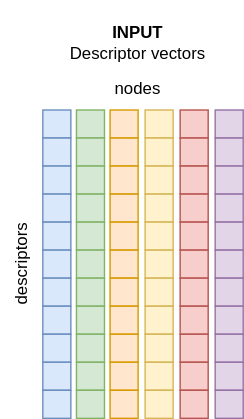
Earlier version of the draw.io export figures/learning_model_fw_Hoffmann.svg (jajupmochi/RedoxPrediction). Source tidied: cells renumbered, new cells last; positions are measured from the earlier drawing's top-left corner, leaving out a move shared by most shapes.
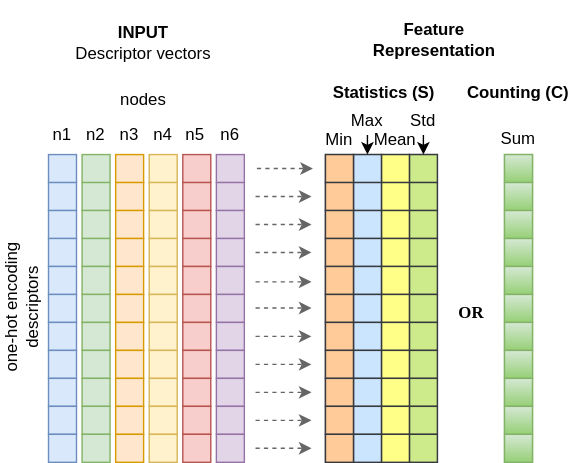
The same diagram one commit later.

Diff of the diagram source:
```diff
@@ -5,11 +5,11 @@
     <mxCell id="2" value="&lt;div&gt;&lt;b&gt;INPUT&lt;/b&gt;&lt;/div&gt;&lt;div&gt;Descriptor vectors&lt;/div&gt;" style="text;html=1;strokeColor=none;fillColor=none;align=center;verticalAlign=middle;whiteSpace=wrap;rounded=0;" parent="1" vertex="1">
       <mxGeometry x="43" width="140" height="60" as="geometry" />
     </mxCell>
-    <mxCell id="3" value="descriptors" style="text;html=1;strokeColor=none;fillColor=none;align=center;verticalAlign=middle;whiteSpace=wrap;rounded=0;rotation=-90;" parent="1" vertex="1">
-      <mxGeometry y="173" width="60" height="30" as="geometry" />
+    <mxCell id="3" value="one-hot encoding descriptors" style="text;html=1;strokeColor=none;fillColor=none;align=center;verticalAlign=middle;whiteSpace=wrap;rounded=0;rotation=-90;" parent="1" vertex="1">
+      <mxGeometry x="-41.5" y="205" width="134.5" height="30" as="geometry" />
     </mxCell>
     <mxCell id="4" style="group;" parent="1" vertex="1">
-      <mxGeometry x="168" y="78" width="20" height="220" as="geometry" />
+      <mxGeometry x="165" y="110" width="20" height="220" as="geometry" />
     </mxCell>
     <mxCell id="5" style="whiteSpace=wrap;html=1;fillColor=#e1d5e7;strokeColor=#9673a6;" parent="4" vertex="1">
       <mxGeometry width="20" height="20" as="geometry" />
@@ -45,7 +45,7 @@
       <mxGeometry y="200" width="20" height="20" as="geometry" />
     </mxCell>
     <mxCell id="16" style="group;" parent="1" vertex="1">
-      <mxGeometry x="143" y="78" width="20" height="220" as="geometry" />
+      <mxGeometry x="141" y="110" width="20" height="220" as="geometry" />
     </mxCell>
     <mxCell id="17" style="whiteSpace=wrap;html=1;fillColor=#f8cecc;strokeColor=#b85450;" parent="16" vertex="1">
       <mxGeometry width="20" height="20" as="geometry" />
@@ -81,7 +81,7 @@
       <mxGeometry y="200" width="20" height="20" as="geometry" />
     </mxCell>
     <mxCell id="28" style="group;" parent="1" vertex="1">
-      <mxGeometry x="118" y="78" width="20" height="220" as="geometry" />
+      <mxGeometry x="117" y="110" width="20" height="220" as="geometry" />
     </mxCell>
     <mxCell id="29" style="whiteSpace=wrap;html=1;fillColor=#fff2cc;strokeColor=#d6b656;" parent="28" vertex="1">
       <mxGeometry width="20" height="20" as="geometry" />
@@ -117,7 +117,7 @@
       <mxGeometry y="200" width="20" height="20" as="geometry" />
     </mxCell>
     <mxCell id="40" style="group;" parent="1" vertex="1">
-      <mxGeometry x="93" y="78" width="20" height="220" as="geometry" />
+      <mxGeometry x="93" y="110" width="20" height="220" as="geometry" />
     </mxCell>
     <mxCell id="41" style="whiteSpace=wrap;html=1;fillColor=#ffe6cc;strokeColor=#d79b00;" parent="40" vertex="1">
       <mxGeometry width="20" height="20" as="geometry" />
@@ -153,7 +153,7 @@
       <mxGeometry y="200" width="20" height="20" as="geometry" />
     </mxCell>
     <mxCell id="52" style="group;" parent="1" vertex="1">
-      <mxGeometry x="69" y="78" width="20" height="220" as="geometry" />
+      <mxGeometry x="69" y="110" width="20" height="220" as="geometry" />
     </mxCell>
     <mxCell id="53" style="whiteSpace=wrap;html=1;fillColor=#d5e8d4;strokeColor=#82b366;" parent="52" vertex="1">
       <mxGeometry width="20" height="20" as="geometry" />
@@ -189,7 +189,7 @@
       <mxGeometry y="200" width="20" height="20" as="geometry" />
     </mxCell>
     <mxCell id="64" style="group;" parent="1" vertex="1">
-      <mxGeometry x="45" y="78" width="20" height="220" as="geometry" />
+      <mxGeometry x="45" y="110" width="20" height="220" as="geometry" />
     </mxCell>
     <mxCell id="65" style="whiteSpace=wrap;html=1;fillColor=#dae8fc;strokeColor=#6c8ebf;" parent="64" vertex="1">
       <mxGeometry width="20" height="20" as="geometry" />
@@ -225,7 +225,304 @@
       <mxGeometry y="200" width="20" height="20" as="geometry" />
     </mxCell>
     <mxCell id="76" value="nodes" style="text;html=1;strokeColor=none;fillColor=none;align=center;verticalAlign=middle;whiteSpace=wrap;rounded=0;" parent="1" vertex="1">
-      <mxGeometry x="83" y="48" width="60" height="30" as="geometry" />
+      <mxGeometry x="83" y="56" width="60" height="30" as="geometry" />
     </mxCell>
+    <mxCell id="77" value="&lt;div&gt;&lt;b&gt;Feature&lt;/b&gt;&lt;/div&gt;&lt;div&gt;&lt;b&gt;Representation&lt;/b&gt;&lt;/div&gt;" style="text;html=1;strokeColor=none;fillColor=none;align=center;verticalAlign=middle;whiteSpace=wrap;rounded=0;" parent="1" vertex="1">
+      <mxGeometry x="271" y="8" width="100" height="40" as="geometry" />
+    </mxCell>
+    <mxCell id="78" value="&lt;b&gt;Statistics (S)&lt;br&gt;&lt;/b&gt;" style="text;html=1;strokeColor=none;fillColor=none;align=center;verticalAlign=middle;whiteSpace=wrap;rounded=0;" parent="1" vertex="1">
+      <mxGeometry x="233" y="48" width="104" height="36" as="geometry" />
+    </mxCell>
+    <mxCell id="79" style="group;fillColor=#cdeb8b;strokeColor=#36393d;" parent="1" vertex="1">
+      <mxGeometry x="303" y="110" width="20" height="220" as="geometry" />
+    </mxCell>
+    <mxCell id="80" style="whiteSpace=wrap;html=1;fillColor=#cdeb8b;strokeColor=#36393d;" parent="79" vertex="1">
+      <mxGeometry width="20" height="20" as="geometry" />
+    </mxCell>
+    <mxCell id="81" style="whiteSpace=wrap;html=1;fillColor=#cdeb8b;strokeColor=#36393d;" parent="79" vertex="1">
+      <mxGeometry y="20" width="20" height="20" as="geometry" />
+    </mxCell>
+    <mxCell id="82" style="whiteSpace=wrap;html=1;fillColor=#cdeb8b;strokeColor=#36393d;" parent="79" vertex="1">
+      <mxGeometry y="40" width="20" height="20" as="geometry" />
+    </mxCell>
+    <mxCell id="83" style="whiteSpace=wrap;html=1;fillColor=#cdeb8b;strokeColor=#36393d;" parent="79" vertex="1">
+      <mxGeometry y="60" width="20" height="20" as="geometry" />
+    </mxCell>
+    <mxCell id="84" style="whiteSpace=wrap;html=1;fillColor=#cdeb8b;strokeColor=#36393d;" parent="79" vertex="1">
+      <mxGeometry y="80" width="20" height="20" as="geometry" />
+    </mxCell>
+    <mxCell id="85" style="whiteSpace=wrap;html=1;fillColor=#cdeb8b;strokeColor=#36393d;" parent="79" vertex="1">
+      <mxGeometry y="100" width="20" height="20" as="geometry" />
+    </mxCell>
+    <mxCell id="86" style="whiteSpace=wrap;html=1;fillColor=#cdeb8b;strokeColor=#36393d;" parent="79" vertex="1">
+      <mxGeometry y="120" width="20" height="20" as="geometry" />
+    </mxCell>
+    <mxCell id="87" style="whiteSpace=wrap;html=1;fillColor=#cdeb8b;strokeColor=#36393d;" parent="79" vertex="1">
+      <mxGeometry y="140" width="20" height="20" as="geometry" />
+    </mxCell>
+    <mxCell id="88" style="whiteSpace=wrap;html=1;fillColor=#cdeb8b;strokeColor=#36393d;" parent="79" vertex="1">
+      <mxGeometry y="160" width="20" height="20" as="geometry" />
+    </mxCell>
+    <mxCell id="89" style="whiteSpace=wrap;html=1;fillColor=#cdeb8b;strokeColor=#36393d;" parent="79" vertex="1">
+      <mxGeometry y="180" width="20" height="20" as="geometry" />
+    </mxCell>
+    <mxCell id="90" style="whiteSpace=wrap;html=1;fillColor=#cdeb8b;strokeColor=#36393d;" parent="79" vertex="1">
+      <mxGeometry y="200" width="20" height="20" as="geometry" />
+    </mxCell>
+    <mxCell id="91" style="group;fillColor=#ffff88;strokeColor=#36393d;" parent="1" vertex="1">
+      <mxGeometry x="283" y="110" width="20" height="220" as="geometry" />
+    </mxCell>
+    <mxCell id="92" style="whiteSpace=wrap;html=1;fillColor=#ffff88;strokeColor=#36393d;" parent="91" vertex="1">
+      <mxGeometry width="20" height="20" as="geometry" />
+    </mxCell>
+    <mxCell id="93" style="whiteSpace=wrap;html=1;fillColor=#ffff88;strokeColor=#36393d;" parent="91" vertex="1">
+      <mxGeometry y="20" width="20" height="20" as="geometry" />
+    </mxCell>
+    <mxCell id="94" style="whiteSpace=wrap;html=1;fillColor=#ffff88;strokeColor=#36393d;" parent="91" vertex="1">
+      <mxGeometry y="40" width="20" height="20" as="geometry" />
+    </mxCell>
+    <mxCell id="95" style="whiteSpace=wrap;html=1;fillColor=#ffff88;strokeColor=#36393d;" parent="91" vertex="1">
+      <mxGeometry y="60" width="20" height="20" as="geometry" />
+    </mxCell>
+    <mxCell id="96" style="whiteSpace=wrap;html=1;fillColor=#ffff88;strokeColor=#36393d;" parent="91" vertex="1">
+      <mxGeometry y="80" width="20" height="20" as="geometry" />
+    </mxCell>
+    <mxCell id="97" style="whiteSpace=wrap;html=1;fillColor=#ffff88;strokeColor=#36393d;" parent="91" vertex="1">
+      <mxGeometry y="100" width="20" height="20" as="geometry" />
+    </mxCell>
+    <mxCell id="98" style="whiteSpace=wrap;html=1;fillColor=#ffff88;strokeColor=#36393d;" parent="91" vertex="1">
+      <mxGeometry y="120" width="20" height="20" as="geometry" />
+    </mxCell>
+    <mxCell id="99" style="whiteSpace=wrap;html=1;fillColor=#ffff88;strokeColor=#36393d;" parent="91" vertex="1">
+      <mxGeometry y="140" width="20" height="20" as="geometry" />
+    </mxCell>
+    <mxCell id="100" style="whiteSpace=wrap;html=1;fillColor=#ffff88;strokeColor=#36393d;" parent="91" vertex="1">
+      <mxGeometry y="160" width="20" height="20" as="geometry" />
+    </mxCell>
+    <mxCell id="101" style="whiteSpace=wrap;html=1;fillColor=#ffff88;strokeColor=#36393d;" parent="91" vertex="1">
+      <mxGeometry y="180" width="20" height="20" as="geometry" />
+    </mxCell>
+    <mxCell id="102" style="whiteSpace=wrap;html=1;fillColor=#ffff88;strokeColor=#36393d;" parent="91" vertex="1">
+      <mxGeometry y="200" width="20" height="20" as="geometry" />
+    </mxCell>
+    <mxCell id="103" style="group;fillColor=#cce5ff;strokeColor=#36393d;" parent="1" vertex="1">
+      <mxGeometry x="263" y="110" width="20" height="220" as="geometry" />
+    </mxCell>
+    <mxCell id="104" style="whiteSpace=wrap;html=1;fillColor=#cce5ff;strokeColor=#36393d;" parent="103" vertex="1">
+      <mxGeometry width="20" height="20" as="geometry" />
+    </mxCell>
+    <mxCell id="105" style="whiteSpace=wrap;html=1;fillColor=#cce5ff;strokeColor=#36393d;" parent="103" vertex="1">
+      <mxGeometry y="20" width="20" height="20" as="geometry" />
+    </mxCell>
+    <mxCell id="106" style="whiteSpace=wrap;html=1;fillColor=#cce5ff;strokeColor=#36393d;" parent="103" vertex="1">
+      <mxGeometry y="40" width="20" height="20" as="geometry" />
+    </mxCell>
+    <mxCell id="107" style="whiteSpace=wrap;html=1;fillColor=#cce5ff;strokeColor=#36393d;" parent="103" vertex="1">
+      <mxGeometry y="60" width="20" height="20" as="geometry" />
+    </mxCell>
+    <mxCell id="108" style="whiteSpace=wrap;html=1;fillColor=#cce5ff;strokeColor=#36393d;" parent="103" vertex="1">
+      <mxGeometry y="80" width="20" height="20" as="geometry" />
+    </mxCell>
+    <mxCell id="109" style="whiteSpace=wrap;html=1;fillColor=#cce5ff;strokeColor=#36393d;" parent="103" vertex="1">
+      <mxGeometry y="100" width="20" height="20" as="geometry" />
+    </mxCell>
+    <mxCell id="110" style="whiteSpace=wrap;html=1;fillColor=#cce5ff;strokeColor=#36393d;" parent="103" vertex="1">
+      <mxGeometry y="120" width="20" height="20" as="geometry" />
+    </mxCell>
+    <mxCell id="111" style="whiteSpace=wrap;html=1;fillColor=#cce5ff;strokeColor=#36393d;" parent="103" vertex="1">
+      <mxGeometry y="140" width="20" height="20" as="geometry" />
+    </mxCell>
+    <mxCell id="112" style="whiteSpace=wrap;html=1;fillColor=#cce5ff;strokeColor=#36393d;" parent="103" vertex="1">
+      <mxGeometry y="160" width="20" height="20" as="geometry" />
+    </mxCell>
+    <mxCell id="113" style="whiteSpace=wrap;html=1;fillColor=#cce5ff;strokeColor=#36393d;" parent="103" vertex="1">
+      <mxGeometry y="180" width="20" height="20" as="geometry" />
+    </mxCell>
+    <mxCell id="114" style="whiteSpace=wrap;html=1;fillColor=#cce5ff;strokeColor=#36393d;" parent="103" vertex="1">
+      <mxGeometry y="200" width="20" height="20" as="geometry" />
+    </mxCell>
+    <mxCell id="115" style="group;fillColor=#ffcc99;strokeColor=#36393d;" parent="1" vertex="1">
+      <mxGeometry x="243" y="110" width="20" height="220" as="geometry" />
+    </mxCell>
+    <mxCell id="116" style="whiteSpace=wrap;html=1;fillColor=#ffcc99;strokeColor=#36393d;" parent="115" vertex="1">
+      <mxGeometry width="20" height="20" as="geometry" />
+    </mxCell>
+    <mxCell id="117" style="whiteSpace=wrap;html=1;fillColor=#ffcc99;strokeColor=#36393d;" parent="115" vertex="1">
+      <mxGeometry y="20" width="20" height="20" as="geometry" />
+    </mxCell>
+    <mxCell id="118" style="whiteSpace=wrap;html=1;fillColor=#ffcc99;strokeColor=#36393d;" parent="115" vertex="1">
+      <mxGeometry y="40" width="20" height="20" as="geometry" />
+    </mxCell>
+    <mxCell id="119" style="whiteSpace=wrap;html=1;fillColor=#ffcc99;strokeColor=#36393d;" parent="115" vertex="1">
+      <mxGeometry y="60" width="20" height="20" as="geometry" />
+    </mxCell>
+    <mxCell id="120" style="whiteSpace=wrap;html=1;fillColor=#ffcc99;strokeColor=#36393d;" parent="115" vertex="1">
+      <mxGeometry y="80" width="20" height="20" as="geometry" />
+    </mxCell>
+    <mxCell id="121" style="whiteSpace=wrap;html=1;fillColor=#ffcc99;strokeColor=#36393d;" parent="115" vertex="1">
+      <mxGeometry y="100" width="20" height="20" as="geometry" />
+    </mxCell>
+    <mxCell id="122" style="whiteSpace=wrap;html=1;fillColor=#ffcc99;strokeColor=#36393d;" parent="115" vertex="1">
+      <mxGeometry y="120" width="20" height="20" as="geometry" />
+    </mxCell>
+    <mxCell id="123" style="whiteSpace=wrap;html=1;fillColor=#ffcc99;strokeColor=#36393d;" parent="115" vertex="1">
+      <mxGeometry y="140" width="20" height="20" as="geometry" />
+    </mxCell>
+    <mxCell id="124" style="whiteSpace=wrap;html=1;fillColor=#ffcc99;strokeColor=#36393d;" parent="115" vertex="1">
+      <mxGeometry y="160" width="20" height="20" as="geometry" />
+    </mxCell>
+    <mxCell id="125" style="whiteSpace=wrap;html=1;fillColor=#ffcc99;strokeColor=#36393d;" parent="115" vertex="1">
+      <mxGeometry y="180" width="20" height="20" as="geometry" />
+    </mxCell>
+    <mxCell id="126" style="whiteSpace=wrap;html=1;fillColor=#ffcc99;strokeColor=#36393d;" parent="115" vertex="1">
+      <mxGeometry y="200" width="20" height="20" as="geometry" />
+    </mxCell>
+    <mxCell id="127" value="Min" style="text;html=1;strokeColor=none;fillColor=none;align=center;verticalAlign=middle;whiteSpace=wrap;rounded=0;" parent="1" vertex="1">
+      <mxGeometry x="238" y="90" width="30" height="20" as="geometry" />
+    </mxCell>
+    <mxCell id="128" value="Max" style="text;html=1;strokeColor=none;fillColor=none;align=center;verticalAlign=middle;whiteSpace=wrap;rounded=0;" parent="1" vertex="1">
+      <mxGeometry x="258" y="75" width="30" height="21" as="geometry" />
+    </mxCell>
+    <mxCell id="129" value="&lt;div&gt;Mean&lt;/div&gt;" style="text;html=1;strokeColor=none;fillColor=none;align=center;verticalAlign=middle;whiteSpace=wrap;rounded=0;" parent="1" vertex="1">
+      <mxGeometry x="278" y="90" width="30" height="20" as="geometry" />
+    </mxCell>
+    <mxCell id="130" value="&lt;div&gt;Std&lt;/div&gt;" style="text;html=1;strokeColor=none;fillColor=none;align=center;verticalAlign=middle;whiteSpace=wrap;rounded=0;" parent="1" vertex="1">
+      <mxGeometry x="298" y="76" width="30" height="20" as="geometry" />
+    </mxCell>
+    <mxCell id="131" style="endArrow=classic;html=1;rounded=0;exitX=0.5;exitY=1;exitDx=0;exitDy=0;entryX=0.5;entryY=0;entryDx=0;entryDy=0;" parent="1" edge="1" source="128" target="104">
+      <mxGeometry relative="1" as="geometry" />
+    </mxCell>
+    <mxCell id="132" style="endArrow=classic;html=1;rounded=0;exitX=0.5;exitY=1;exitDx=0;exitDy=0;entryX=0.5;entryY=0;entryDx=0;entryDy=0;" parent="1" edge="1" source="130" target="80">
+      <mxGeometry relative="1" as="geometry" />
+    </mxCell>
+    <mxCell id="133" value="&lt;font face=&quot;Verdana&quot;&gt;&lt;b&gt;OR&lt;/b&gt;&lt;/font&gt;" style="text;html=1;strokeColor=none;fillColor=none;align=center;verticalAlign=middle;whiteSpace=wrap;rounded=0;" parent="1" vertex="1">
+      <mxGeometry x="329" y="210" width="37" height="25" as="geometry" />
+    </mxCell>
+    <mxCell id="134" value="&lt;b&gt;Counting (C)&lt;br&gt;&lt;/b&gt;" style="text;html=1;strokeColor=none;fillColor=none;align=center;verticalAlign=middle;whiteSpace=wrap;rounded=0;" parent="1" vertex="1">
+      <mxGeometry x="333" y="48" width="96" height="36" as="geometry" />
+    </mxCell>
+    <mxCell id="135" style="group;fillColor=#d5e8d4;gradientColor=#97d077;strokeColor=#82b366;" parent="1" vertex="1">
+      <mxGeometry x="371" y="110" width="20" height="220" as="geometry" />
+    </mxCell>
+    <mxCell id="136" style="whiteSpace=wrap;html=1;fillColor=#d5e8d4;strokeColor=#82b366;gradientColor=#97d077;" parent="135" vertex="1">
+      <mxGeometry width="20" height="20" as="geometry" />
+    </mxCell>
+    <mxCell id="137" style="whiteSpace=wrap;html=1;fillColor=#d5e8d4;strokeColor=#82b366;gradientColor=#97d077;" parent="135" vertex="1">
+      <mxGeometry y="20" width="20" height="20" as="geometry" />
+    </mxCell>
+    <mxCell id="138" style="whiteSpace=wrap;html=1;fillColor=#d5e8d4;strokeColor=#82b366;gradientColor=#97d077;" parent="135" vertex="1">
+      <mxGeometry y="40" width="20" height="20" as="geometry" />
+    </mxCell>
+    <mxCell id="139" style="whiteSpace=wrap;html=1;fillColor=#d5e8d4;strokeColor=#82b366;gradientColor=#97d077;" parent="135" vertex="1">
+      <mxGeometry y="60" width="20" height="20" as="geometry" />
+    </mxCell>
+    <mxCell id="140" style="whiteSpace=wrap;html=1;fillColor=#d5e8d4;strokeColor=#82b366;gradientColor=#97d077;" parent="135" vertex="1">
+      <mxGeometry y="80" width="20" height="20" as="geometry" />
+    </mxCell>
+    <mxCell id="141" style="whiteSpace=wrap;html=1;fillColor=#d5e8d4;strokeColor=#82b366;gradientColor=#97d077;" parent="135" vertex="1">
+      <mxGeometry y="100" width="20" height="20" as="geometry" />
+    </mxCell>
+    <mxCell id="142" style="whiteSpace=wrap;html=1;fillColor=#d5e8d4;strokeColor=#82b366;gradientColor=#97d077;" parent="135" vertex="1">
+      <mxGeometry y="120" width="20" height="20" as="geometry" />
+    </mxCell>
+    <mxCell id="143" style="whiteSpace=wrap;html=1;fillColor=#d5e8d4;strokeColor=#82b366;gradientColor=#97d077;" parent="135" vertex="1">
+      <mxGeometry y="140" width="20" height="20" as="geometry" />
+    </mxCell>
+    <mxCell id="144" style="whiteSpace=wrap;html=1;fillColor=#d5e8d4;strokeColor=#82b366;gradientColor=#97d077;" parent="135" vertex="1">
+      <mxGeometry y="160" width="20" height="20" as="geometry" />
+    </mxCell>
+    <mxCell id="145" style="whiteSpace=wrap;html=1;fillColor=#d5e8d4;strokeColor=#82b366;gradientColor=#97d077;" parent="135" vertex="1">
+      <mxGeometry y="180" width="20" height="20" as="geometry" />
+    </mxCell>
+    <mxCell id="146" style="whiteSpace=wrap;html=1;fillColor=#d5e8d4;strokeColor=#82b366;gradientColor=#97d077;" parent="135" vertex="1">
+      <mxGeometry y="200" width="20" height="20" as="geometry" />
+    </mxCell>
+    <mxCell id="147" value="Sum" style="text;html=1;strokeColor=none;fillColor=none;align=center;verticalAlign=middle;whiteSpace=wrap;rounded=0;" parent="1" vertex="1">
+      <mxGeometry x="366" y="89" width="30" height="20" as="geometry" />
+    </mxCell>
+    <mxCell id="148" style="endArrow=classic;html=1;rounded=0;fontFamily=Verdana;dashed=1;strokeColor=#666666;" parent="1" edge="1">
+      <mxGeometry relative="1" as="geometry">
+        <mxPoint x="194" y="120" as="sourcePoint" />
+        <mxPoint x="234" y="120" as="targetPoint" />
+      </mxGeometry>
+    </mxCell>
+    <mxCell id="149" style="endArrow=classic;html=1;rounded=0;fontFamily=Verdana;dashed=1;strokeColor=#666666;" parent="1" edge="1">
+      <mxGeometry relative="1" as="geometry">
+        <mxPoint x="193" y="160" as="sourcePoint" />
+        <mxPoint x="233" y="160" as="targetPoint" />
+      </mxGeometry>
+    </mxCell>
+    <mxCell id="150" style="endArrow=classic;html=1;rounded=0;fontFamily=Verdana;dashed=1;strokeColor=#666666;" parent="1" edge="1">
+      <mxGeometry relative="1" as="geometry">
+        <mxPoint x="193" y="180" as="sourcePoint" />
+        <mxPoint x="233" y="180" as="targetPoint" />
+      </mxGeometry>
+    </mxCell>
+    <mxCell id="151" style="endArrow=classic;html=1;rounded=0;fontFamily=Verdana;dashed=1;strokeColor=#666666;" parent="1" edge="1">
+      <mxGeometry relative="1" as="geometry">
+        <mxPoint x="193" y="201" as="sourcePoint" />
+        <mxPoint x="233" y="201" as="targetPoint" />
+      </mxGeometry>
+    </mxCell>
+    <mxCell id="152" style="endArrow=classic;html=1;rounded=0;fontFamily=Verdana;dashed=1;strokeColor=#666666;" parent="1" edge="1">
+      <mxGeometry relative="1" as="geometry">
+        <mxPoint x="193" y="219.7" as="sourcePoint" />
+        <mxPoint x="233" y="219.7" as="targetPoint" />
+      </mxGeometry>
+    </mxCell>
+    <mxCell id="153" style="endArrow=classic;html=1;rounded=0;fontFamily=Verdana;dashed=1;strokeColor=#666666;" parent="1" edge="1">
+      <mxGeometry relative="1" as="geometry">
+        <mxPoint x="193" y="240" as="sourcePoint" />
+        <mxPoint x="233" y="240" as="targetPoint" />
+      </mxGeometry>
+    </mxCell>
+    <mxCell id="154" style="endArrow=classic;html=1;rounded=0;fontFamily=Verdana;dashed=1;strokeColor=#666666;" parent="1" edge="1">
+      <mxGeometry relative="1" as="geometry">
+        <mxPoint x="193" y="260" as="sourcePoint" />
+        <mxPoint x="233" y="260" as="targetPoint" />
+      </mxGeometry>
+    </mxCell>
+    <mxCell id="155" style="endArrow=classic;html=1;rounded=0;fontFamily=Verdana;dashed=1;strokeColor=#666666;" parent="1" edge="1">
+      <mxGeometry relative="1" as="geometry">
+        <mxPoint x="193" y="280" as="sourcePoint" />
+        <mxPoint x="233" y="280" as="targetPoint" />
+      </mxGeometry>
+    </mxCell>
+    <mxCell id="156" style="endArrow=classic;html=1;rounded=0;fontFamily=Verdana;dashed=1;strokeColor=#666666;" parent="1" edge="1">
+      <mxGeometry relative="1" as="geometry">
+        <mxPoint x="193" y="300" as="sourcePoint" />
+        <mxPoint x="233" y="300" as="targetPoint" />
+      </mxGeometry>
+    </mxCell>
+    <mxCell id="157" style="endArrow=classic;html=1;rounded=0;fontFamily=Verdana;dashed=1;strokeColor=#666666;" parent="1" edge="1">
+      <mxGeometry relative="1" as="geometry">
+        <mxPoint x="193" y="320" as="sourcePoint" />
+        <mxPoint x="233" y="320" as="targetPoint" />
+      </mxGeometry>
+    </mxCell>
+    <mxCell id="158" style="endArrow=classic;html=1;rounded=0;fontFamily=Verdana;dashed=1;strokeColor=#666666;" parent="1" edge="1">
+      <mxGeometry relative="1" as="geometry">
+        <mxPoint x="193" y="140" as="sourcePoint" />
+        <mxPoint x="233" y="140" as="targetPoint" />
+      </mxGeometry>
+    </mxCell>
+    <mxCell id="159" value="n1" style="text;html=1;strokeColor=none;fillColor=none;align=center;verticalAlign=middle;whiteSpace=wrap;rounded=0;" parent="1" vertex="1">
+      <mxGeometry x="40" y="86" width="30" height="20" as="geometry" />
+    </mxCell>
+    <mxCell id="160" value="n2" style="text;html=1;strokeColor=none;fillColor=none;align=center;verticalAlign=middle;whiteSpace=wrap;rounded=0;" parent="1" vertex="1">
+      <mxGeometry x="64" y="86" width="30" height="20" as="geometry" />
+    </mxCell>
+    <mxCell id="161" value="n3" style="text;html=1;strokeColor=none;fillColor=none;align=center;verticalAlign=middle;whiteSpace=wrap;rounded=0;" parent="1" vertex="1">
+      <mxGeometry x="88" y="86" width="30" height="20" as="geometry" />
+    </mxCell>
+    <mxCell id="162" value="n4" style="text;html=1;strokeColor=none;fillColor=none;align=center;verticalAlign=middle;whiteSpace=wrap;rounded=0;" parent="1" vertex="1">
+      <mxGeometry x="112" y="86" width="30" height="20" as="geometry" />
+    </mxCell>
+    <mxCell id="163" value="n5" style="text;html=1;strokeColor=none;fillColor=none;align=center;verticalAlign=middle;whiteSpace=wrap;rounded=0;" parent="1" vertex="1">
+      <mxGeometry x="135" y="86" width="30" height="20" as="geometry" />
+    </mxCell>
+    <mxCell id="164" value="n6" style="text;html=1;strokeColor=none;fillColor=none;align=center;verticalAlign=middle;whiteSpace=wrap;rounded=0;" parent="1" vertex="1">
+      <mxGeometry x="160" y="86" width="30" height="20" as="geometry" />
+    </mxCell>
   </root>
 </mxGraphModel>
```
